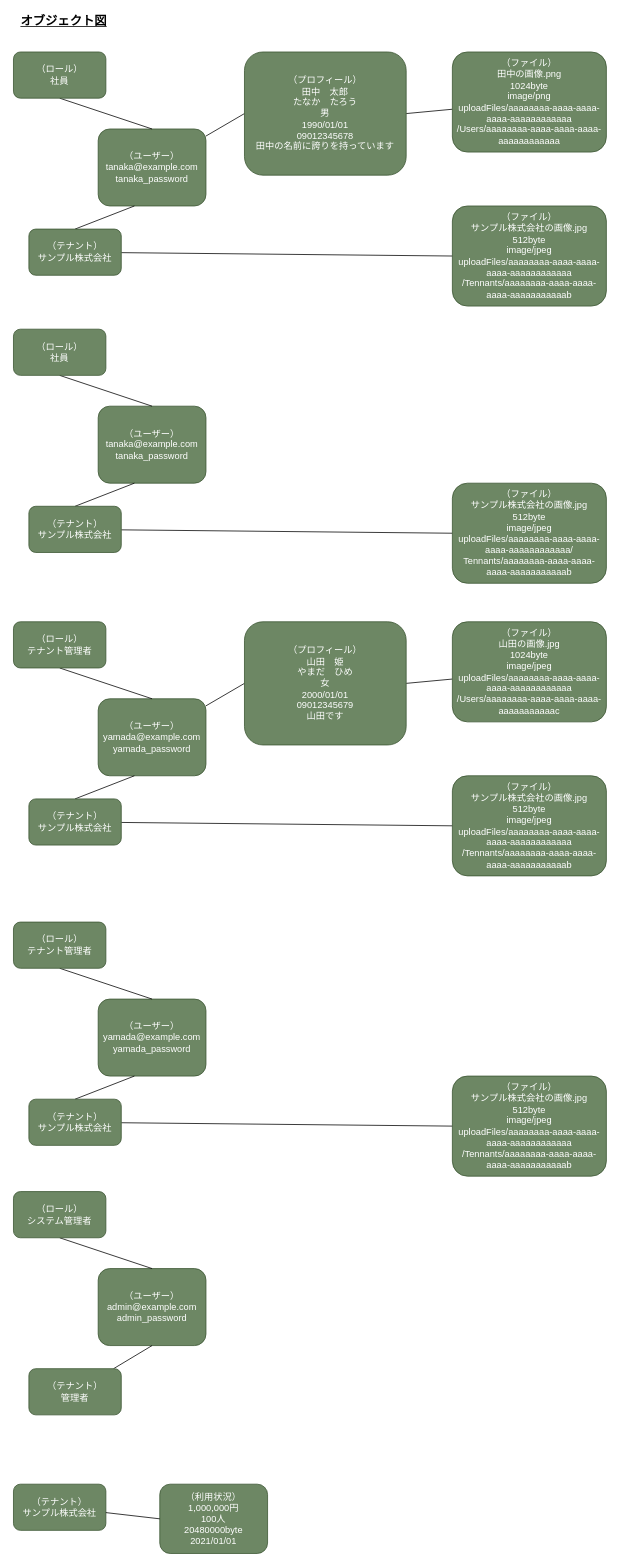
Above: page "オブジェクト図" (3 of 4) of docs/diagrams/src/reinventing_the_wheel.drawio.xml in q23isline/reinventing_the_wheel (draw.io), before the change. Source tidied: cells renumbered, new cells numbered last; positions are measured from the earlier drawing's top-left corner, leaving out a move shared by most shapes. Both pictures are drawn from the tidied source at 77%, with x=0, y=0 at pixel (13, 13).
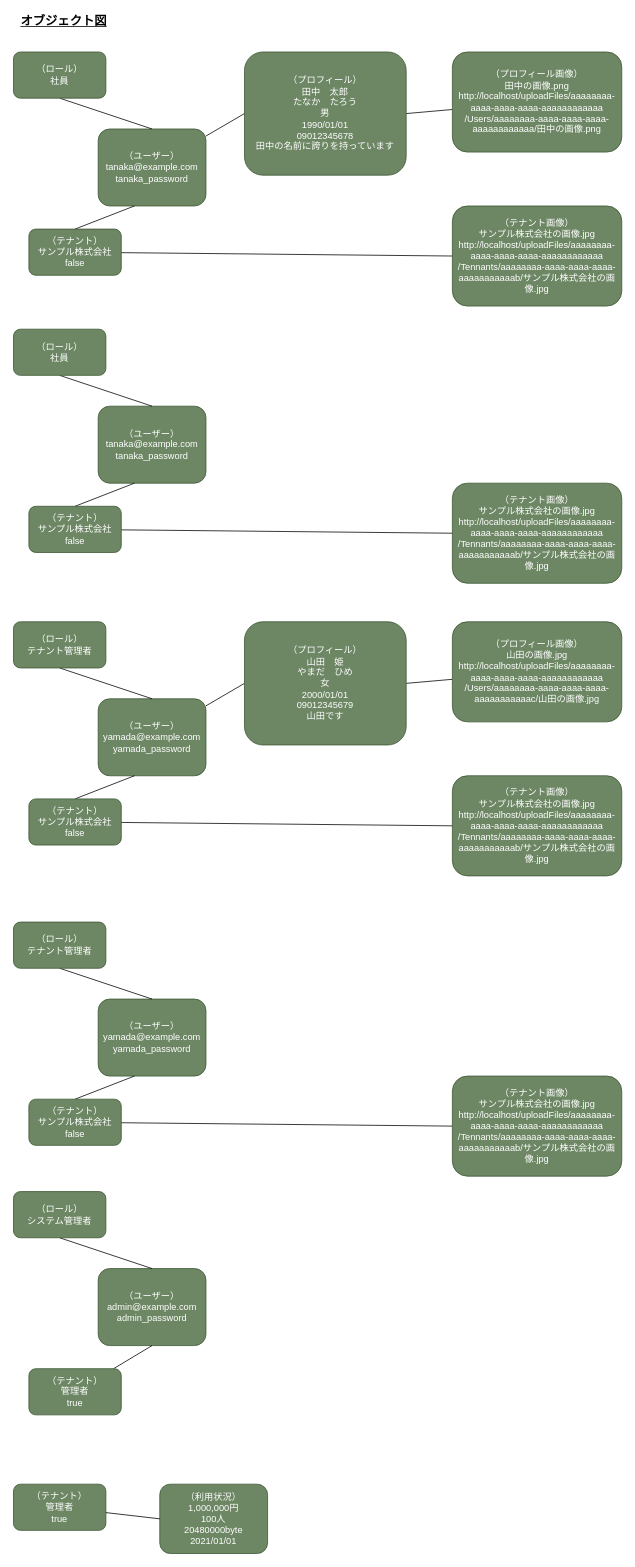
The same page after the edit.

The change refers to these unchanged cells:
```xml
<mxCell id="18" value="（ユーザー）&lt;br&gt;yamada@example.com&lt;br&gt;yamada_password" style="rounded=1;whiteSpace=wrap;html=1;fillColor=#6d8764;fontColor=#ffffff;strokeColor=#3A5431;" parent="1" vertex="1">
  <mxGeometry x="110" y="890" width="140" height="100" as="geometry" />
</mxCell>
<mxCell id="29" value="（ユーザー）&lt;br&gt;tanaka@example.com&lt;br&gt;tanaka_password" style="rounded=1;whiteSpace=wrap;html=1;fillColor=#6d8764;fontColor=#ffffff;strokeColor=#3A5431;" parent="1" vertex="1">
  <mxGeometry x="110" y="510" width="140" height="100" as="geometry" />
</mxCell>
<mxCell id="37" value="（ユーザー）&lt;br&gt;yamada@example.com&lt;br&gt;yamada_password" style="rounded=1;whiteSpace=wrap;html=1;fillColor=#6d8764;fontColor=#ffffff;strokeColor=#3A5431;" parent="1" vertex="1">
  <mxGeometry x="110" y="1280" width="140" height="100" as="geometry" />
</mxCell>
```

What changed in the source:
```diff
@@
-    <mxCell id="6" value="（ファイル）&lt;br&gt;田中の画像.png&lt;br&gt;1024byte&lt;br&gt;image/png&lt;br&gt;uploadFiles/aaaaaaaa-aaaa-aaaa-aaaa-aaaaaaaaaaaa&lt;br&gt;/Users/aaaaaaaa-aaaa-aaaa-aaaa-aaaaaaaaaaaa" style="rounded=1;whiteSpace=wrap;html=1;fillColor=#6d8764;fontColor=#ffffff;strokeColor=#3A5431;" parent="1" vertex="1">
-      <mxGeometry x="570" y="50" width="200" height="130" as="geometry" />
+    <mxCell id="6" value="（プロフィール画像）&lt;br&gt;田中の画像.png&lt;br&gt;http://localhost/uploadFiles/aaaaaaaa-aaaa-aaaa-aaaa-aaaaaaaaaaaa&lt;br&gt;/Users/aaaaaaaa-aaaa-aaaa-aaaa-aaaaaaaaaaaa/田中の画像.png" style="rounded=1;whiteSpace=wrap;html=1;fillColor=#6d8764;fontColor=#ffffff;strokeColor=#3A5431;" parent="1" vertex="1">
+      <mxGeometry x="570" y="50" width="220" height="130" as="geometry" />
     </mxCell>
@@
-    <mxCell id="12" value="（テナント）&lt;br&gt;サンプル株式会社" style="rounded=1;whiteSpace=wrap;html=1;fillColor=#6d8764;fontColor=#ffffff;strokeColor=#3A5431;" parent="1" vertex="1">
+    <mxCell id="12" value="（テナント）&lt;br&gt;サンプル株式会社&lt;br&gt;false" style="rounded=1;whiteSpace=wrap;html=1;fillColor=#6d8764;fontColor=#ffffff;strokeColor=#3A5431;" parent="1" vertex="1">
       <mxGeometry x="20" y="280" width="120" height="60" as="geometry" />
     </mxCell>
-    <mxCell id="13" value="（ファイル）&lt;br&gt;サンプル株式会社の画像.jpg&lt;br&gt;512byte&lt;br&gt;image/jpeg&lt;br&gt;uploadFiles/aaaaaaaa-aaaa-aaaa-aaaa-aaaaaaaaaaaa&lt;br&gt;/Tennants/aaaaaaaa-aaaa-aaaa-aaaa-aaaaaaaaaaab" style="rounded=1;whiteSpace=wrap;html=1;fillColor=#6d8764;fontColor=#ffffff;strokeColor=#3A5431;" parent="1" vertex="1">
-      <mxGeometry x="570" y="250" width="200" height="130" as="geometry" />
+    <mxCell id="13" value="（テナント画像）&lt;br&gt;サンプル株式会社の画像.jpg&lt;br&gt;http://localhost/uploadFiles/aaaaaaaa-aaaa-aaaa-aaaa-aaaaaaaaaaaa&lt;br&gt;/Tennants/aaaaaaaa-aaaa-aaaa-aaaa-aaaaaaaaaaab/サンプル株式会社の画像.jpg" style="rounded=1;whiteSpace=wrap;html=1;fillColor=#6d8764;fontColor=#ffffff;strokeColor=#3A5431;" parent="1" vertex="1">
+      <mxGeometry x="570" y="250" width="220" height="130" as="geometry" />
     </mxCell>
@@
-    <mxCell id="16" style="edgeStyle=orthogonalEdgeStyle;rounded=0;jettySize=auto;html=1;exitX=1;exitY=0.5;exitDx=0;exitDy=0;strokeColor=none;endArrow=none;endFill=0;" parent="1" edge="1" source="18" target="20">
-      <mxGeometry relative="1" as="geometry" />
-    </mxCell>
@@
-    <mxCell id="20" value="（ファイル）&lt;br&gt;山田の画像.jpg&lt;br&gt;1024byte&lt;br&gt;image/jpeg&lt;br&gt;uploadFiles/aaaaaaaa-aaaa-aaaa-aaaa-aaaaaaaaaaaa&lt;br&gt;/Users/aaaaaaaa-aaaa-aaaa-aaaa-aaaaaaaaaaac" style="rounded=1;whiteSpace=wrap;html=1;fillColor=#6d8764;fontColor=#ffffff;strokeColor=#3A5431;" parent="1" vertex="1">
-      <mxGeometry x="570" y="790" width="200" height="130" as="geometry" />
+    <mxCell id="20" value="（プロフィール画像）&lt;br&gt;山田の画像.jpg&lt;br&gt;http://localhost/uploadFiles/aaaaaaaa-aaaa-aaaa-aaaa-aaaaaaaaaaaa&lt;br&gt;/Users/aaaaaaaa-aaaa-aaaa-aaaa-aaaaaaaaaaac/山田の画像.jpg" style="rounded=1;whiteSpace=wrap;html=1;fillColor=#6d8764;fontColor=#ffffff;strokeColor=#3A5431;" parent="1" vertex="1">
+      <mxGeometry x="570" y="790" width="220" height="130" as="geometry" />
     </mxCell>
@@
-    <mxCell id="25" value="（テナント）&lt;br&gt;サンプル株式会社" style="rounded=1;whiteSpace=wrap;html=1;fillColor=#6d8764;fontColor=#ffffff;strokeColor=#3A5431;" parent="1" vertex="1">
+    <mxCell id="25" value="（テナント）&lt;br&gt;サンプル株式会社&lt;br&gt;false" style="rounded=1;whiteSpace=wrap;html=1;fillColor=#6d8764;fontColor=#ffffff;strokeColor=#3A5431;" parent="1" vertex="1">
       <mxGeometry x="20" y="1020" width="120" height="60" as="geometry" />
     </mxCell>
-    <mxCell id="26" value="（ファイル）&lt;br&gt;サンプル株式会社の画像.jpg&lt;br&gt;512byte&lt;br&gt;image/jpeg&lt;br&gt;uploadFiles/aaaaaaaa-aaaa-aaaa-aaaa-aaaaaaaaaaaa&lt;br&gt;/Tennants/aaaaaaaa-aaaa-aaaa-aaaa-aaaaaaaaaaab" style="rounded=1;whiteSpace=wrap;html=1;fillColor=#6d8764;fontColor=#ffffff;strokeColor=#3A5431;" parent="1" vertex="1">
-      <mxGeometry x="570" y="990" width="200" height="130" as="geometry" />
+    <mxCell id="26" value="（テナント画像）&lt;br&gt;サンプル株式会社の画像.jpg&lt;br&gt;http://localhost/uploadFiles/aaaaaaaa-aaaa-aaaa-aaaa-aaaaaaaaaaaa&lt;br&gt;/Tennants/aaaaaaaa-aaaa-aaaa-aaaa-aaaaaaaaaaab/サンプル株式会社の画像.jpg" style="rounded=1;whiteSpace=wrap;html=1;fillColor=#6d8764;fontColor=#ffffff;strokeColor=#3A5431;" parent="1" vertex="1">
+      <mxGeometry x="570" y="990" width="220" height="130" as="geometry" />
     </mxCell>
@@
-    <mxCell id="28" style="edgeStyle=orthogonalEdgeStyle;rounded=0;jettySize=auto;html=1;exitX=1;exitY=0.5;exitDx=0;exitDy=0;strokeColor=none;endArrow=none;endFill=0;" parent="1" edge="1" source="29">
-      <mxGeometry relative="1" as="geometry">
-        <mxPoint x="570" y="475" as="targetPoint" />
-      </mxGeometry>
-    </mxCell>
@@
-    <mxCell id="34" value="（テナント）&lt;br&gt;サンプル株式会社" style="rounded=1;whiteSpace=wrap;html=1;fillColor=#6d8764;fontColor=#ffffff;strokeColor=#3A5431;" parent="1" vertex="1">
+    <mxCell id="34" value="（テナント）&lt;br&gt;サンプル株式会社&lt;br&gt;false" style="rounded=1;whiteSpace=wrap;html=1;fillColor=#6d8764;fontColor=#ffffff;strokeColor=#3A5431;" parent="1" vertex="1">
       <mxGeometry x="20" y="640" width="120" height="60" as="geometry" />
     </mxCell>
-    <mxCell id="35" value="（ファイル）&lt;br&gt;サンプル株式会社の画像.jpg&lt;br&gt;512byte&lt;br&gt;image/jpeg&lt;br&gt;uploadFiles/aaaaaaaa-aaaa-aaaa-aaaa-aaaaaaaaaaaa/&lt;br&gt;Tennants/aaaaaaaa-aaaa-aaaa-aaaa-aaaaaaaaaaab" style="rounded=1;whiteSpace=wrap;html=1;fillColor=#6d8764;fontColor=#ffffff;strokeColor=#3A5431;" parent="1" vertex="1">
-      <mxGeometry x="570" y="610" width="200" height="130" as="geometry" />
+    <mxCell id="35" value="（テナント画像）&lt;br&gt;サンプル株式会社の画像.jpg&lt;br&gt;http://localhost/uploadFiles/aaaaaaaa-aaaa-aaaa-aaaa-aaaaaaaaaaaa&lt;br&gt;/Tennants/aaaaaaaa-aaaa-aaaa-aaaa-aaaaaaaaaaab/サンプル株式会社の画像.jpg" style="rounded=1;whiteSpace=wrap;html=1;fillColor=#6d8764;fontColor=#ffffff;strokeColor=#3A5431;" parent="1" vertex="1">
+      <mxGeometry x="570" y="610" width="220" height="130" as="geometry" />
     </mxCell>
-    <mxCell id="36" style="edgeStyle=orthogonalEdgeStyle;rounded=0;jettySize=auto;html=1;exitX=1;exitY=0.5;exitDx=0;exitDy=0;strokeColor=none;endArrow=none;endFill=0;" parent="1" edge="1" source="37">
-      <mxGeometry relative="1" as="geometry">
-        <mxPoint x="570" y="1245" as="targetPoint" />
-      </mxGeometry>
-    </mxCell>
@@
-    <mxCell id="42" value="（テナント）&lt;br&gt;サンプル株式会社" style="rounded=1;whiteSpace=wrap;html=1;fillColor=#6d8764;fontColor=#ffffff;strokeColor=#3A5431;" parent="1" vertex="1">
+    <mxCell id="42" value="（テナント）&lt;br&gt;サンプル株式会社&lt;br&gt;false" style="rounded=1;whiteSpace=wrap;html=1;fillColor=#6d8764;fontColor=#ffffff;strokeColor=#3A5431;" parent="1" vertex="1">
       <mxGeometry x="20" y="1410" width="120" height="60" as="geometry" />
     </mxCell>
-    <mxCell id="43" value="（ファイル）&lt;br&gt;サンプル株式会社の画像.jpg&lt;br&gt;512byte&lt;br&gt;image/jpeg&lt;br&gt;uploadFiles/aaaaaaaa-aaaa-aaaa-aaaa-aaaaaaaaaaaa&lt;br&gt;/Tennants/aaaaaaaa-aaaa-aaaa-aaaa-aaaaaaaaaaab" style="rounded=1;whiteSpace=wrap;html=1;fillColor=#6d8764;fontColor=#ffffff;strokeColor=#3A5431;" parent="1" vertex="1">
-      <mxGeometry x="570" y="1380" width="200" height="130" as="geometry" />
+    <mxCell id="43" value="（テナント画像）&lt;br&gt;サンプル株式会社の画像.jpg&lt;br&gt;http://localhost/uploadFiles/aaaaaaaa-aaaa-aaaa-aaaa-aaaaaaaaaaaa&lt;br&gt;/Tennants/aaaaaaaa-aaaa-aaaa-aaaa-aaaaaaaaaaab/サンプル株式会社の画像.jpg" style="rounded=1;whiteSpace=wrap;html=1;fillColor=#6d8764;fontColor=#ffffff;strokeColor=#3A5431;" parent="1" vertex="1">
+      <mxGeometry x="570" y="1380" width="220" height="130" as="geometry" />
     </mxCell>
@@
-    <mxCell id="47" value="（テナント）&lt;br&gt;サンプル株式会社" style="rounded=1;whiteSpace=wrap;html=1;fillColor=#6d8764;fontColor=#ffffff;strokeColor=#3A5431;" parent="1" vertex="1">
+    <mxCell id="47" value="（テナント）&lt;br&gt;管理者&lt;br&gt;true" style="rounded=1;whiteSpace=wrap;html=1;fillColor=#6d8764;fontColor=#ffffff;strokeColor=#3A5431;" parent="1" vertex="1">
       <mxGeometry y="1910" width="120" height="60" as="geometry" />
     </mxCell>
@@
-    <mxCell id="51" value="（テナント）&lt;br&gt;管理者" style="rounded=1;whiteSpace=wrap;html=1;fillColor=#6d8764;fontColor=#ffffff;strokeColor=#3A5431;" parent="1" vertex="1">
+    <mxCell id="51" value="（テナント）&lt;br&gt;管理者&lt;br&gt;true" style="rounded=1;whiteSpace=wrap;html=1;fillColor=#6d8764;fontColor=#ffffff;strokeColor=#3A5431;" parent="1" vertex="1">
       <mxGeometry x="20" y="1760" width="120" height="60" as="geometry" />
     </mxCell>
```
